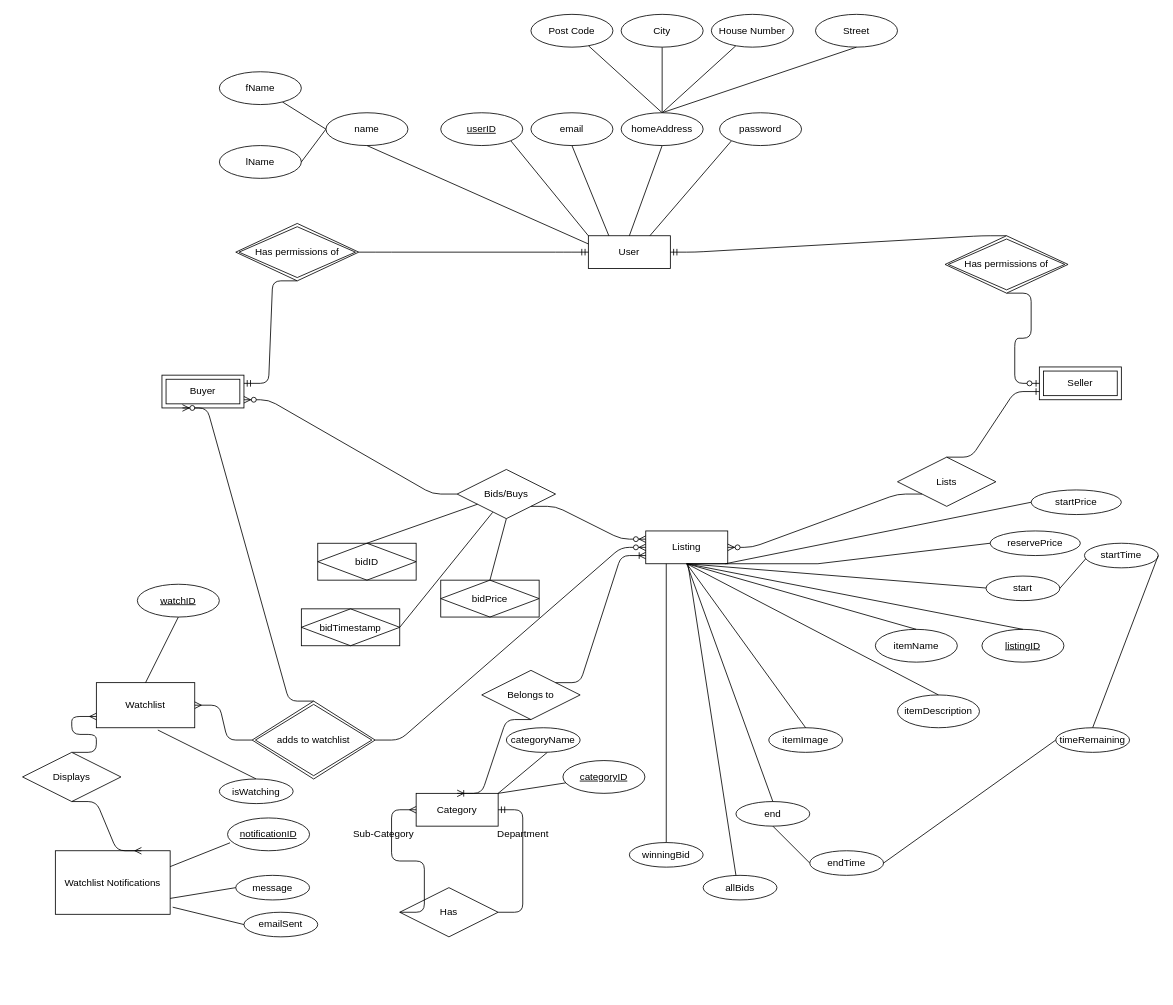
This is working_ERD.drawio from rwshaw/Auction-Website, a draw.io file, before an edit. Source tidied: cells renumbered, new cells numbered last; positions are measured from the earlier drawing's top-left corner, leaving out a move shared by most shapes. Both pictures are drawn from the tidied source at 82%, with x=0, y=0 at pixel (22, 14).
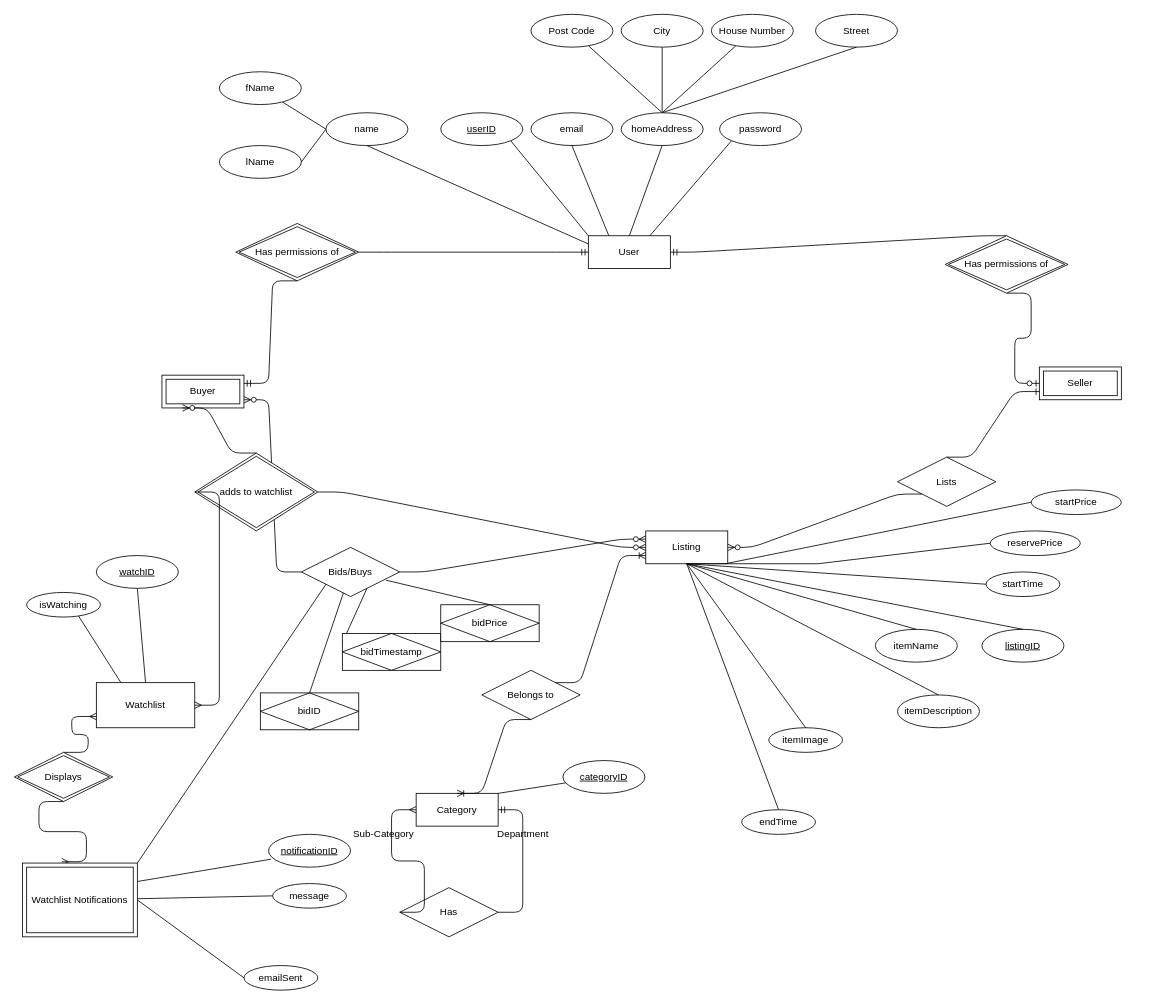
The same diagram, later.

Unchanged cells that the change refers to:
```xml
<mxCell id="9" value="Listing" style="whiteSpace=wrap;html=1;align=center;" parent="1" vertex="1">
  <mxGeometry x="760" y="630" width="100" height="40" as="geometry" />
</mxCell>
<mxCell id="89" value="Watchlist" style="whiteSpace=wrap;html=1;align=center;" parent="1" vertex="1">
  <mxGeometry x="90" y="815" width="120" height="55" as="geometry" />
</mxCell>
```

Change to the diagram source:
```diff
@@
     <mxCell id="19" value="Bids/Buys" style="shape=rhombus;perimeter=rhombusPerimeter;whiteSpace=wrap;html=1;align=center;" parent="1" vertex="1">
-      <mxGeometry x="530" y="555" width="120" height="60" as="geometry" />
+      <mxGeometry x="340" y="650" width="120" height="60" as="geometry" />
     </mxCell>
-    <mxCell id="20" style="edgeStyle=entityRelationEdgeStyle;fontSize=12;html=1;endArrow=ERzeroToMany;endFill=1;entryX=0;entryY=0.25;entryDx=0;entryDy=0;exitX=1;exitY=1;exitDx=0;exitDy=0;" parent="1" edge="1" source="19" target="9">
+    <mxCell id="20" style="edgeStyle=entityRelationEdgeStyle;fontSize=12;html=1;endArrow=ERzeroToMany;endFill=1;entryX=0;entryY=0.25;entryDx=0;entryDy=0;exitX=1;exitY=0.5;exitDx=0;exitDy=0;" parent="1" edge="1" source="19" target="9">
       <mxGeometry relative="1" as="geometry" />
     </mxCell>
@@
-    <mxCell id="22" style="endArrow=none;html=1;rounded=0;entryX=0.5;entryY=0;entryDx=0;entryDy=0;exitX=0.5;exitY=1;exitDx=0;exitDy=0;" parent="1" edge="1" source="19" target="65">
-      <mxGeometry relative="1" as="geometry" />
+    <mxCell id="22" style="endArrow=none;html=1;rounded=0;entryX=0.5;entryY=0;entryDx=0;entryDy=0;" parent="1" edge="1" target="65">
+      <mxGeometry relative="1" as="geometry">
+        <mxPoint x="443" y="690" as="sourcePoint" />
+      </mxGeometry>
     </mxCell>
@@
-    <mxCell id="24" value="end" style="ellipse;whiteSpace=wrap;html=1;align=center;" parent="1" vertex="1">
-      <mxGeometry x="870" y="960" width="90" height="30" as="geometry" />
-    </mxCell>
-    <mxCell id="25" style="endArrow=none;html=1;rounded=0;entryX=0.5;entryY=1;entryDx=0;entryDy=0;exitX=0.5;exitY=0;exitDx=0;exitDy=0;" parent="1" edge="1" source="24" target="9">
+    <mxCell id="25" style="endArrow=none;html=1;rounded=0;entryX=0.5;entryY=1;entryDx=0;entryDy=0;exitX=0.5;exitY=0;exitDx=0;exitDy=0;" parent="1" edge="1" source="62" target="9">
       <mxGeometry relative="1" as="geometry" />
     </mxCell>
@@
-    <mxCell id="40" style="endArrow=none;html=1;rounded=0;" parent="1" edge="1">
+    <mxCell id="40" style="endArrow=none;html=1;rounded=0;exitX=0;exitY=0.5;exitDx=0;exitDy=0;" parent="1" edge="1" source="60">
       <mxGeometry relative="1" as="geometry">
-        <mxPoint x="1180" y="700" as="sourcePoint" />
         <mxPoint x="810" y="670" as="targetPoint" />
       </mxGeometry>
     </mxCell>
-    <mxCell id="41" value="start" style="ellipse;whiteSpace=wrap;html=1;align=center;" parent="1" vertex="1">
-      <mxGeometry x="1175" y="685" width="90" height="30" as="geometry" />
-    </mxCell>
-    <mxCell id="42" style="endArrow=none;html=1;rounded=0;entryX=1;entryY=0.5;entryDx=0;entryDy=0;exitX=0.361;exitY=0.871;exitDx=0;exitDy=0;exitPerimeter=0;" parent="1" edge="1" source="19" target="64">
+    <mxCell id="42" style="endArrow=none;html=1;rounded=0;entryX=0;entryY=0.25;entryDx=0;entryDy=0;exitX=0.667;exitY=0.833;exitDx=0;exitDy=0;exitPerimeter=0;" parent="1" edge="1" source="19" target="64">
       <mxGeometry relative="1" as="geometry" />
     </mxCell>
@@
-    <mxCell id="56" value="winningBid" style="ellipse;whiteSpace=wrap;html=1;align=center;" parent="1" vertex="1">
-      <mxGeometry x="740" y="1010" width="90" height="30" as="geometry" />
-    </mxCell>
-    <mxCell id="57" style="endArrow=none;html=1;rounded=0;exitX=0.5;exitY=0;exitDx=0;exitDy=0;entryX=0.25;entryY=1;entryDx=0;entryDy=0;" parent="1" edge="1" source="56" target="9">
-      <mxGeometry relative="1" as="geometry" />
-    </mxCell>
@@
-    <mxCell id="59" style="endArrow=none;html=1;rounded=0;entryX=1;entryY=0.5;entryDx=0;entryDy=0;" parent="1" edge="1" target="41">
-      <mxGeometry relative="1" as="geometry">
-        <mxPoint x="1300" y="660" as="sourcePoint" />
-      </mxGeometry>
-    </mxCell>
     <mxCell id="60" value="startTime" style="ellipse;whiteSpace=wrap;html=1;align=center;" parent="1" vertex="1">
-      <mxGeometry x="1295" y="645" width="90" height="30" as="geometry" />
+      <mxGeometry x="1175" y="680" width="90" height="30" as="geometry" />
     </mxCell>
-    <mxCell id="61" style="endArrow=none;html=1;rounded=0;entryX=0.5;entryY=1;entryDx=0;entryDy=0;exitX=0;exitY=0.5;exitDx=0;exitDy=0;" parent="1" edge="1" source="62" target="24">
-      <mxGeometry relative="1" as="geometry" />
-    </mxCell>
     <mxCell id="62" value="endTime" style="ellipse;whiteSpace=wrap;html=1;align=center;" parent="1" vertex="1">
-      <mxGeometry x="960" y="1020" width="90" height="30" as="geometry" />
+      <mxGeometry x="877" y="970" width="90" height="30" as="geometry" />
     </mxCell>
     <mxCell id="63" value="bidID" style="shape=associativeEntity;whiteSpace=wrap;html=1;align=center;" parent="1" vertex="1">
-      <mxGeometry x="360" y="645" width="120" height="45" as="geometry" />
+      <mxGeometry x="290" y="827.5" width="120" height="45" as="geometry" />
     </mxCell>
     <mxCell id="64" value="bidTimestamp" style="shape=associativeEntity;whiteSpace=wrap;html=1;align=center;" parent="1" vertex="1">
-      <mxGeometry x="340" y="725" width="120" height="45" as="geometry" />
+      <mxGeometry x="390" y="755" width="120" height="45" as="geometry" />
     </mxCell>
     <mxCell id="65" value="bidPrice" style="shape=associativeEntity;whiteSpace=wrap;html=1;align=center;" parent="1" vertex="1">
-      <mxGeometry x="510" y="690" width="120" height="45" as="geometry" />
+      <mxGeometry x="510" y="720" width="120" height="45" as="geometry" />
     </mxCell>
@@
-    <mxCell id="70" style="endArrow=none;html=1;rounded=0;entryX=0.5;entryY=1;entryDx=0;entryDy=0;" parent="1" edge="1">
-      <mxGeometry relative="1" as="geometry">
-        <mxPoint x="580" y="950" as="sourcePoint" />
-        <mxPoint x="640" y="900" as="targetPoint" />
-      </mxGeometry>
-    </mxCell>
-    <mxCell id="71" style="endArrow=none;html=1;rounded=0;entryX=1;entryY=0.5;entryDx=0;entryDy=0;exitX=0;exitY=0.5;exitDx=0;exitDy=0;" parent="1" edge="1" source="72" target="62">
-      <mxGeometry relative="1" as="geometry" />
-    </mxCell>
-    <mxCell id="72" value="timeRemaining" style="ellipse;whiteSpace=wrap;html=1;align=center;" parent="1" vertex="1">
-      <mxGeometry x="1260" y="870" width="90" height="30" as="geometry" />
-    </mxCell>
-    <mxCell id="73" style="endArrow=none;html=1;rounded=0;entryX=1;entryY=0.5;entryDx=0;entryDy=0;exitX=0.5;exitY=0;exitDx=0;exitDy=0;" parent="1" edge="1" source="72" target="60">
-      <mxGeometry relative="1" as="geometry" />
-    </mxCell>
-    <mxCell id="74" style="endArrow=none;html=1;rounded=0;entryX=0.25;entryY=1;entryDx=0;entryDy=0;" parent="1" edge="1">
-      <mxGeometry relative="1" as="geometry">
-        <mxPoint x="870" y="1050" as="sourcePoint" />
-        <mxPoint x="811.4" y="670" as="targetPoint" />
-      </mxGeometry>
-    </mxCell>
-    <mxCell id="75" value="allBids" style="ellipse;whiteSpace=wrap;html=1;align=center;" parent="1" vertex="1">
-      <mxGeometry x="830" y="1050" width="90" height="30" as="geometry" />
-    </mxCell>
@@
-    <mxCell id="81" value="categoryName" style="ellipse;whiteSpace=wrap;html=1;align=center;" parent="1" vertex="1">
-      <mxGeometry x="590" y="870" width="90" height="30" as="geometry" />
-    </mxCell>
     <mxCell id="82" value="adds to watchlist" style="shape=rhombus;double=1;perimeter=rhombusPerimeter;whiteSpace=wrap;html=1;align=center;shadow=0;sketch=0;strokeColor=#000000;gradientColor=none;" parent="1" vertex="1">
-      <mxGeometry x="280" y="837.5" width="150" height="95" as="geometry" />
+      <mxGeometry x="210" y="535" width="150" height="95" as="geometry" />
     </mxCell>
@@
     <mxCell id="91" value="watchID" style="ellipse;whiteSpace=wrap;html=1;align=center;fontStyle=4;" parent="1" vertex="1">
-      <mxGeometry x="140" y="695" width="100" height="40" as="geometry" />
+      <mxGeometry x="90" y="660" width="100" height="40" as="geometry" />
     </mxCell>
@@
-    <mxCell id="93" style="endArrow=none;html=1;rounded=0;exitX=0.625;exitY=1.051;exitDx=0;exitDy=0;exitPerimeter=0;entryX=0.5;entryY=0;entryDx=0;entryDy=0;" parent="1" edge="1" source="89" target="94">
+    <mxCell id="93" style="endArrow=none;html=1;rounded=0;exitX=0.25;exitY=0;exitDx=0;exitDy=0;entryX=0.5;entryY=0;entryDx=0;entryDy=0;" parent="1" edge="1" source="89" target="94">
       <mxGeometry relative="1" as="geometry" />
     </mxCell>
     <mxCell id="94" value="isWatching" style="ellipse;whiteSpace=wrap;html=1;align=center;" parent="1" vertex="1">
-      <mxGeometry x="240" y="932.5" width="90" height="30" as="geometry" />
+      <mxGeometry x="5" y="705" width="90" height="30" as="geometry" />
     </mxCell>
-    <mxCell id="95" value="Watchlist Notifications" style="whiteSpace=wrap;html=1;align=center;" parent="1" vertex="1">
-      <mxGeometry x="40" y="1020" width="140" height="77.5" as="geometry" />
-    </mxCell>
@@
-    <mxCell id="97" value="Displays" style="shape=rhombus;perimeter=rhombusPerimeter;whiteSpace=wrap;html=1;align=center;" parent="1" vertex="1">
-      <mxGeometry y="900" width="120" height="60" as="geometry" />
-    </mxCell>
-    <mxCell id="98" style="edgeStyle=entityRelationEdgeStyle;fontSize=12;html=1;endArrow=ERmany;exitX=0.5;exitY=1;exitDx=0;exitDy=0;entryX=0.75;entryY=0;entryDx=0;entryDy=0;" parent="1" edge="1" source="97" target="95">
+    <mxCell id="98" style="edgeStyle=entityRelationEdgeStyle;fontSize=12;html=1;endArrow=ERmany;exitX=0.5;exitY=1;exitDx=0;exitDy=0;entryX=0.342;entryY=-0.018;entryDx=0;entryDy=0;entryPerimeter=0;" parent="1" edge="1" source="97" target="95">
       <mxGeometry relative="1" as="geometry" />
     </mxCell>
     <mxCell id="99" value="message" style="ellipse;whiteSpace=wrap;html=1;align=center;" parent="1" vertex="1">
-      <mxGeometry x="260" y="1050" width="90" height="30" as="geometry" />
+      <mxGeometry x="305" y="1060" width="90" height="30" as="geometry" />
     </mxCell>
-    <mxCell id="100" style="endArrow=none;html=1;rounded=0;exitX=1;exitY=0.75;exitDx=0;exitDy=0;entryX=0;entryY=0.5;entryDx=0;entryDy=0;" parent="1" edge="1" source="95" target="99">
+    <mxCell id="100" style="endArrow=none;html=1;rounded=0;entryX=0;entryY=0.5;entryDx=0;entryDy=0;" parent="1" edge="1" source="95" target="99">
       <mxGeometry relative="1" as="geometry" />
     </mxCell>
     <mxCell id="101" value="emailSent" style="ellipse;whiteSpace=wrap;html=1;align=center;" parent="1" vertex="1">
-      <mxGeometry x="270" y="1095" width="90" height="30" as="geometry" />
+      <mxGeometry x="270" y="1160" width="90" height="30" as="geometry" />
     </mxCell>
-    <mxCell id="102" style="endArrow=none;html=1;rounded=0;exitX=1.022;exitY=0.888;exitDx=0;exitDy=0;exitPerimeter=0;" parent="1" edge="1" source="95">
-      <mxGeometry relative="1" as="geometry">
-        <mxPoint x="270" y="1110" as="targetPoint" />
-      </mxGeometry>
+    <mxCell id="102" style="endArrow=none;html=1;rounded=0;exitX=1;exitY=0.5;exitDx=0;exitDy=0;entryX=0;entryY=0.5;entryDx=0;entryDy=0;" parent="1" edge="1" source="95" target="101">
+      <mxGeometry relative="1" as="geometry" />
     </mxCell>
     <mxCell id="103" value="notificationID" style="ellipse;whiteSpace=wrap;html=1;align=center;fontStyle=4;" parent="1" vertex="1">
-      <mxGeometry x="250" y="980" width="100" height="40" as="geometry" />
+      <mxGeometry x="300" y="1000" width="100" height="40" as="geometry" />
     </mxCell>
@@
+    <mxCell id="95" value="Watchlist Notifications" style="shape=ext;margin=3;double=1;whiteSpace=wrap;html=1;align=center;" parent="1" vertex="1">
+      <mxGeometry y="1035" width="140" height="90" as="geometry" />
+    </mxCell>
+    <mxCell id="97" value="Displays" style="shape=rhombus;double=1;perimeter=rhombusPerimeter;whiteSpace=wrap;html=1;align=center;" parent="1" vertex="1">
+      <mxGeometry x="-10" y="900" width="120" height="60" as="geometry" />
+    </mxCell>
+    <mxCell id="105" style="endArrow=none;html=1;rounded=0;exitX=1;exitY=0;exitDx=0;exitDy=0;entryX=0;entryY=1;entryDx=0;entryDy=0;" parent="1" edge="1" source="95" target="19">
+      <mxGeometry relative="1" as="geometry" />
+    </mxCell>
```
